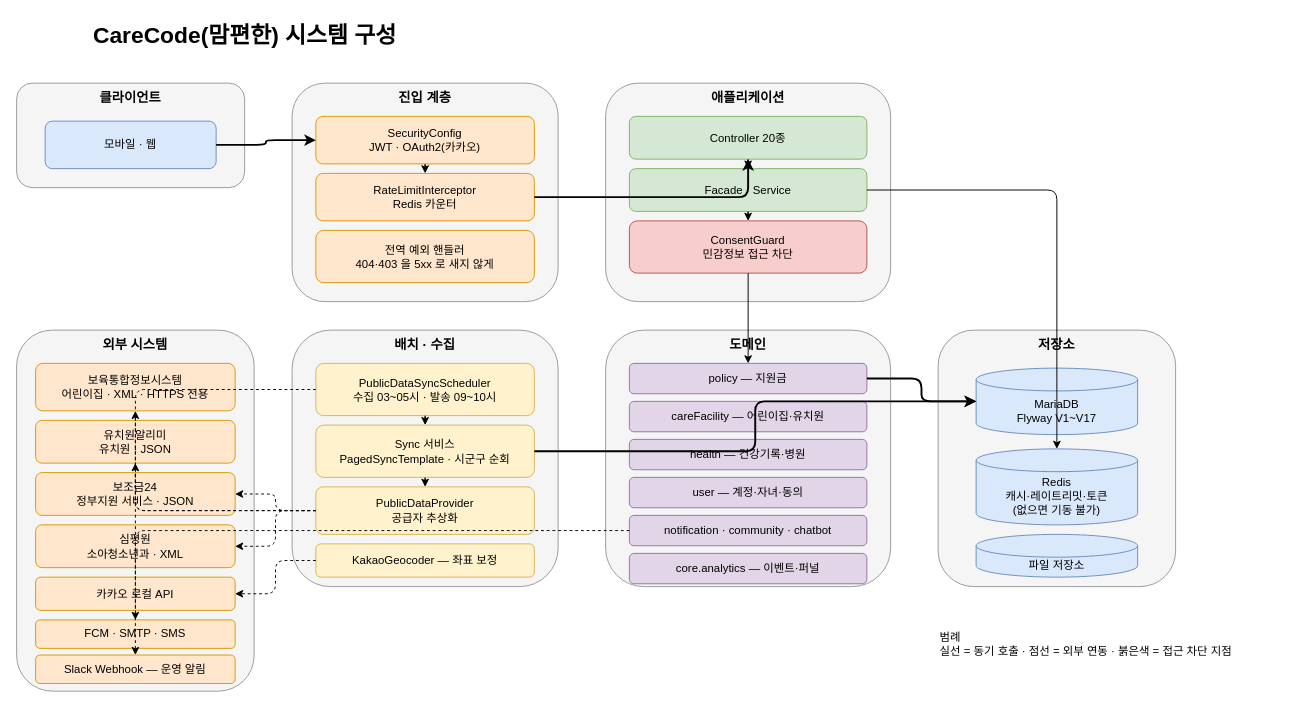
This is page "시스템 구성" (1 of 2) of docs/architecture/carecode-architecture.drawio from CareCode-Repo/CareCode_Interface, a draw.io file, before an edit. Source tidied: cells renumbered, new cells numbered last; positions are measured from the earlier drawing's top-left corner, leaving out a move shared by most shapes. Both pictures are drawn from the tidied source at 95%, with x=0, y=0 at pixel (16, 16).
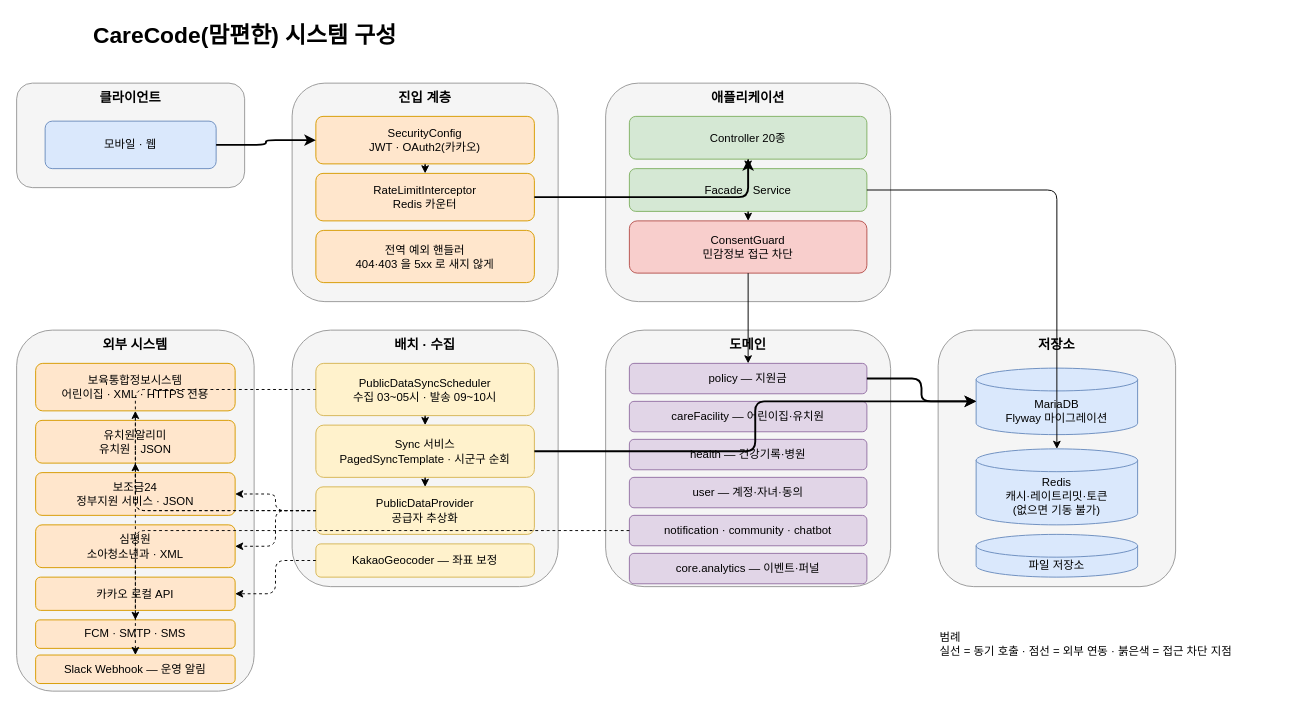
The same diagram, later.

The edit, as a diff of the source:
```diff
@@
-    <mxCell id="26" value="MariaDB&#10;Flyway V1~V17" style="shape=cylinder3;whiteSpace=wrap;html=1;boundedLbl=1;backgroundOutline=1;size=12;fillColor=#dae8fc;strokeColor=#6c8ebf;" parent="1" vertex="1">
+    <mxCell id="26" value="MariaDB&#10;Flyway 마이그레이션" style="shape=cylinder3;whiteSpace=wrap;html=1;boundedLbl=1;backgroundOutline=1;size=12;fillColor=#dae8fc;strokeColor=#6c8ebf;" parent="1" vertex="1">
       <mxGeometry x="1010" y="370" width="170" height="70" as="geometry" />
     </mxCell>
```
